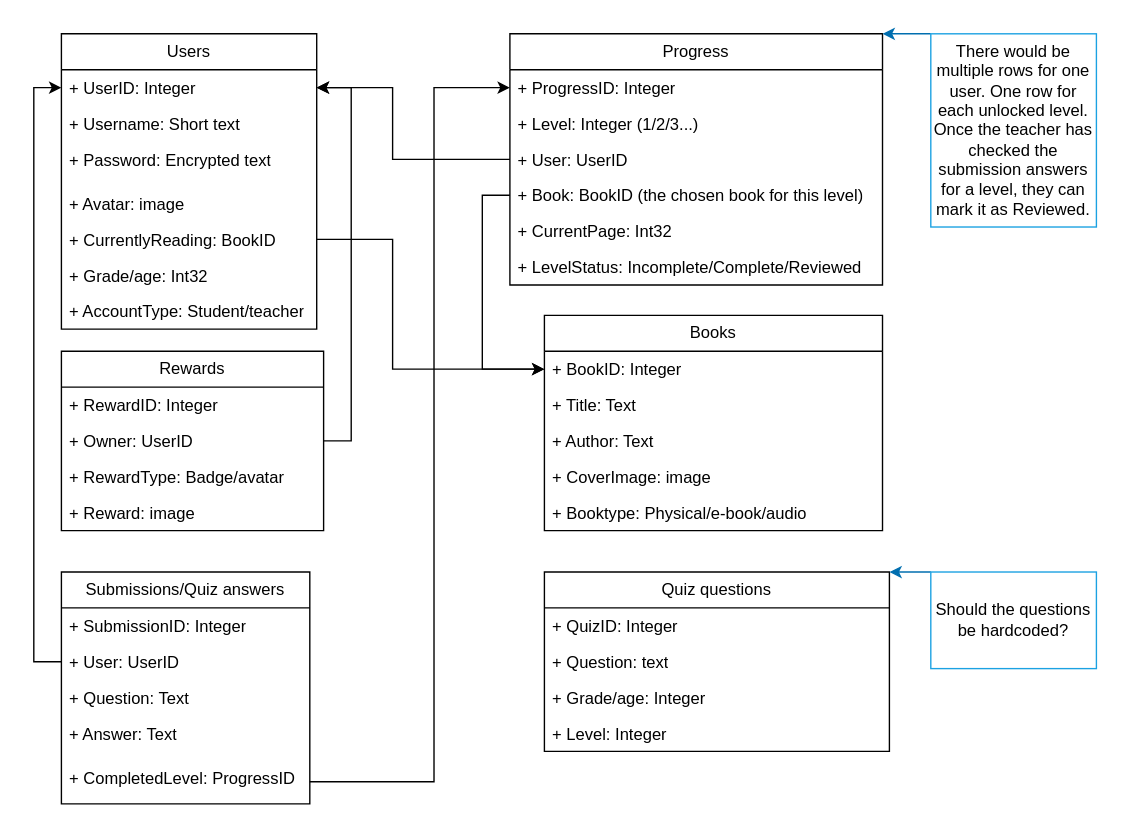
Before: Documentation/DB-structure.drawio in Osoito/ReadingDiplomaWebGame_Capstone1, a draw.io diagram. Source tidied: cells renumbered, new cells numbered last; positions are measured from the earlier drawing's top-left corner, leaving out a move shared by most shapes. Both pictures are drawn from the tidied source at 138%, with x=0, y=0 at pixel (61, 33).
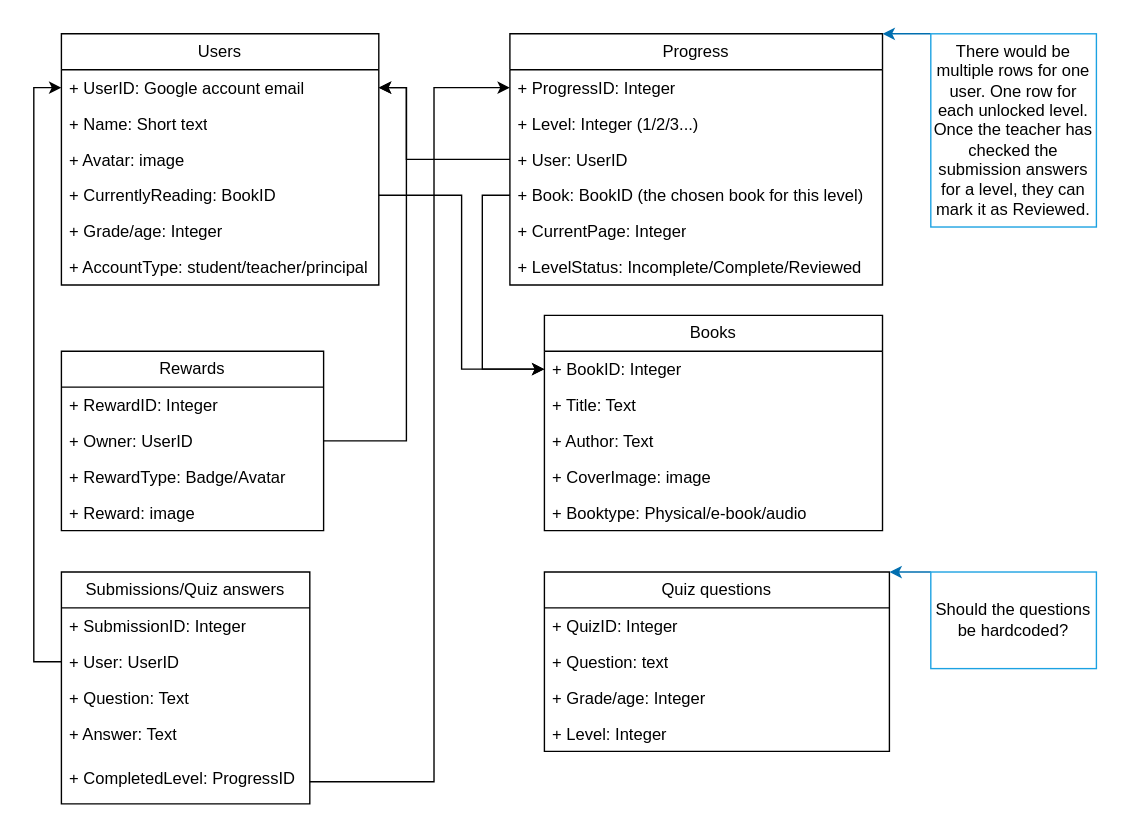
Above is the later version.

The change refers to these unchanged cells:
```xml
<mxCell id="12" value="+ User: UserID" style="text;strokeColor=none;fillColor=none;align=left;verticalAlign=top;spacingLeft=4;spacingRight=4;overflow=hidden;points=[[0,0.5],[1,0.5]];portConstraint=eastwest;whiteSpace=wrap;html=1;" parent="10" vertex="1">
  <mxGeometry y="52" width="180" height="26" as="geometry" />
</mxCell>
<mxCell id="17" value="+ BookID: Integer" style="text;strokeColor=none;fillColor=none;align=left;verticalAlign=top;spacingLeft=4;spacingRight=4;overflow=hidden;points=[[0,0.5],[1,0.5]];portConstraint=eastwest;whiteSpace=wrap;html=1;" parent="16" vertex="1">
  <mxGeometry y="26" width="245" height="26" as="geometry" />
</mxCell>
<mxCell id="22" value="Progress" style="swimlane;fontStyle=0;horizontal=1;startSize=26;fillColor=none;whiteSpace=wrap;html=1;" parent="1" vertex="1">
  <mxGeometry x="325" width="270" height="182" as="geometry" />
</mxCell>
<mxCell id="25" value="+ User: UserID" style="text;strokeColor=none;fillColor=none;align=left;verticalAlign=top;spacingLeft=4;spacingRight=4;overflow=hidden;points=[[0,0.5],[1,0.5]];portConstraint=eastwest;whiteSpace=wrap;html=1;" parent="22" vertex="1">
  <mxGeometry y="78" width="270" height="26" as="geometry" />
</mxCell>
<mxCell id="36" value="Rewards" style="swimlane;fontStyle=0;horizontal=1;startSize=26;fillColor=none;whiteSpace=wrap;html=1;" parent="1" vertex="1">
  <mxGeometry y="230" width="190" height="130" as="geometry" />
</mxCell>
<mxCell id="38" value="+ Owner: UserID" style="text;strokeColor=none;fillColor=none;align=left;verticalAlign=top;spacingLeft=4;spacingRight=4;overflow=hidden;points=[[0,0.5],[1,0.5]];portConstraint=eastwest;whiteSpace=wrap;html=1;" parent="36" vertex="1">
  <mxGeometry y="52" width="190" height="26" as="geometry" />
</mxCell>
```

The edit, as a diff of the source:
```diff
@@
     <mxCell id="2" value="Users" style="swimlane;fontStyle=0;horizontal=1;startSize=26;fillColor=none;whiteSpace=wrap;html=1;" parent="1" vertex="1">
-      <mxGeometry width="185" height="214" as="geometry" />
+      <mxGeometry width="230" height="182" as="geometry" />
     </mxCell>
-    <mxCell id="3" value="+ UserID: Integer" style="text;strokeColor=none;fillColor=none;align=left;verticalAlign=top;spacingLeft=4;spacingRight=4;overflow=hidden;points=[[0,0.5],[1,0.5]];portConstraint=eastwest;whiteSpace=wrap;html=1;" parent="2" vertex="1">
-      <mxGeometry y="26" width="185" height="26" as="geometry" />
-    </mxCell>
-    <mxCell id="4" value="+ Username: Short text" style="text;strokeColor=none;fillColor=none;align=left;verticalAlign=top;spacingLeft=4;spacingRight=4;overflow=hidden;whiteSpace=wrap;html=1;" parent="2" vertex="1">
-      <mxGeometry y="52" width="185" height="26" as="geometry" />
-    </mxCell>
-    <mxCell id="5" value="+ Password: Encrypted text" style="text;strokeColor=none;fillColor=none;align=left;verticalAlign=top;spacingLeft=4;spacingRight=4;overflow=hidden;whiteSpace=wrap;html=1;" parent="2" vertex="1">
-      <mxGeometry y="78" width="185" height="32" as="geometry" />
-    </mxCell>
+    <mxCell id="49" value="+ UserID: Google account email" style="text;strokeColor=none;fillColor=none;align=left;verticalAlign=top;spacingLeft=4;spacingRight=4;overflow=hidden;points=[[0,0.5],[1,0.5]];portConstraint=eastwest;whiteSpace=wrap;html=1;" parent="2" vertex="1">
+      <mxGeometry y="26" width="230" height="26" as="geometry" />
+    </mxCell>
+    <mxCell id="50" value="+ Name: Short text" style="text;strokeColor=none;fillColor=none;align=left;verticalAlign=top;spacingLeft=4;spacingRight=4;overflow=hidden;whiteSpace=wrap;html=1;" parent="2" vertex="1">
+      <mxGeometry y="52" width="230" height="26" as="geometry" />
+    </mxCell>
     <mxCell id="6" value="+ Avatar: image" style="text;strokeColor=none;fillColor=none;align=left;verticalAlign=top;spacingLeft=4;spacingRight=4;overflow=hidden;whiteSpace=wrap;html=1;" parent="2" vertex="1">
-      <mxGeometry y="110" width="185" height="26" as="geometry" />
+      <mxGeometry y="78" width="230" height="26" as="geometry" />
     </mxCell>
     <mxCell id="7" value="+ CurrentlyReading: BookID" style="text;strokeColor=none;fillColor=none;align=left;verticalAlign=top;spacingLeft=4;spacingRight=4;overflow=hidden;points=[[0,0.5],[1,0.5]];portConstraint=eastwest;whiteSpace=wrap;html=1;" parent="2" vertex="1">
-      <mxGeometry y="136" width="185" height="26" as="geometry" />
+      <mxGeometry y="104" width="230" height="26" as="geometry" />
     </mxCell>
-    <mxCell id="8" value="+ Grade/age: Int32" style="text;strokeColor=none;fillColor=none;align=left;verticalAlign=top;spacingLeft=4;spacingRight=4;overflow=hidden;whiteSpace=wrap;html=1;" parent="2" vertex="1">
-      <mxGeometry y="162" width="185" height="26" as="geometry" />
-    </mxCell>
-    <mxCell id="9" value="+ AccountType: Student/teacher" style="text;strokeColor=none;fillColor=none;align=left;verticalAlign=top;spacingLeft=4;spacingRight=4;overflow=hidden;whiteSpace=wrap;html=1;" parent="2" vertex="1">
-      <mxGeometry y="188" width="185" height="26" as="geometry" />
-    </mxCell>
+    <mxCell id="51" value="+ Grade/age: Integer" style="text;strokeColor=none;fillColor=none;align=left;verticalAlign=top;spacingLeft=4;spacingRight=4;overflow=hidden;whiteSpace=wrap;html=1;" parent="2" vertex="1">
+      <mxGeometry y="130" width="230" height="26" as="geometry" />
+    </mxCell>
+    <mxCell id="52" value="+ AccountType: student/teacher/principal" style="text;strokeColor=none;fillColor=none;align=left;verticalAlign=top;spacingLeft=4;spacingRight=4;overflow=hidden;whiteSpace=wrap;html=1;" parent="2" vertex="1">
+      <mxGeometry y="156" width="230" height="26" as="geometry" />
+    </mxCell>
@@
-    <mxCell id="27" value="+ CurrentPage: Int32" style="text;strokeColor=none;fillColor=none;align=left;verticalAlign=top;spacingLeft=4;spacingRight=4;overflow=hidden;whiteSpace=wrap;html=1;" parent="22" vertex="1">
-      <mxGeometry y="130" width="270" height="26" as="geometry" />
-    </mxCell>
+    <mxCell id="53" value="+ CurrentPage: Integer" style="text;strokeColor=none;fillColor=none;align=left;verticalAlign=top;spacingLeft=4;spacingRight=4;overflow=hidden;whiteSpace=wrap;html=1;" parent="22" vertex="1">
+      <mxGeometry y="130" width="270" height="26" as="geometry" />
+    </mxCell>
@@
-    <mxCell id="29" style="edgeStyle=orthogonalEdgeStyle;rounded=0;jettySize=auto;html=1;exitX=0;exitY=0.5;exitDx=0;exitDy=0;entryX=0;entryY=0.5;entryDx=0;entryDy=0;" parent="1" edge="1" source="12" target="3">
-      <mxGeometry relative="1" as="geometry" />
-    </mxCell>
-    <mxCell id="30" style="edgeStyle=orthogonalEdgeStyle;rounded=0;jettySize=auto;html=1;exitX=0;exitY=0.5;exitDx=0;exitDy=0;entryX=1;entryY=0.5;entryDx=0;entryDy=0;" parent="1" edge="1" source="25" target="3">
-      <mxGeometry relative="1" as="geometry">
-        <Array as="points">
-          <mxPoint x="240" y="91" />
-          <mxPoint x="240" y="39" />
-        </Array>
-      </mxGeometry>
-    </mxCell>
+    <mxCell id="54" style="edgeStyle=orthogonalEdgeStyle;rounded=0;jettySize=auto;html=1;exitX=0;exitY=0.5;exitDx=0;exitDy=0;entryX=0;entryY=0.5;entryDx=0;entryDy=0;" parent="1" edge="1" source="12" target="49">
+      <mxGeometry relative="1" as="geometry" />
+    </mxCell>
+    <mxCell id="55" style="edgeStyle=orthogonalEdgeStyle;rounded=0;jettySize=auto;html=1;exitX=0;exitY=0.5;exitDx=0;exitDy=0;entryX=1;entryY=0.5;entryDx=0;entryDy=0;" parent="1" edge="1" source="25" target="49">
+      <mxGeometry relative="1" as="geometry">
+        <Array as="points">
+          <mxPoint x="250" y="91" />
+          <mxPoint x="250" y="39" />
+        </Array>
+      </mxGeometry>
+    </mxCell>
     <mxCell id="31" style="edgeStyle=orthogonalEdgeStyle;rounded=0;jettySize=auto;html=1;exitX=1;exitY=0.5;exitDx=0;exitDy=0;entryX=0;entryY=0.5;entryDx=0;entryDy=0;" parent="1" edge="1" source="7" target="17">
-      <mxGeometry relative="1" as="geometry">
-        <Array as="points">
-          <mxPoint x="240" y="149" />
-          <mxPoint x="240" y="243" />
-        </Array>
-      </mxGeometry>
+      <mxGeometry relative="1" as="geometry" />
     </mxCell>
@@
-    <mxCell id="39" value="+ RewardType: Badge/avatar" style="text;strokeColor=none;fillColor=none;align=left;verticalAlign=top;spacingLeft=4;spacingRight=4;overflow=hidden;whiteSpace=wrap;html=1;" parent="36" vertex="1">
-      <mxGeometry y="78" width="190" height="26" as="geometry" />
-    </mxCell>
+    <mxCell id="56" value="+ RewardType: Badge/Avatar" style="text;strokeColor=none;fillColor=none;align=left;verticalAlign=top;spacingLeft=4;spacingRight=4;overflow=hidden;whiteSpace=wrap;html=1;" parent="36" vertex="1">
+      <mxGeometry y="78" width="190" height="26" as="geometry" />
+    </mxCell>
@@
-    <mxCell id="41" style="edgeStyle=orthogonalEdgeStyle;rounded=0;jettySize=auto;html=1;exitX=1;exitY=0.5;exitDx=0;exitDy=0;entryX=1;entryY=0.5;entryDx=0;entryDy=0;" parent="1" edge="1" source="38" target="3">
-      <mxGeometry relative="1" as="geometry" />
-    </mxCell>
+    <mxCell id="57" style="edgeStyle=orthogonalEdgeStyle;rounded=0;jettySize=auto;html=1;exitX=1;exitY=0.5;exitDx=0;exitDy=0;entryX=1;entryY=0.5;entryDx=0;entryDy=0;" parent="1" edge="1" source="38" target="49">
+      <mxGeometry relative="1" as="geometry">
+        <Array as="points">
+          <mxPoint x="250" y="295" />
+          <mxPoint x="250" y="39" />
+        </Array>
+      </mxGeometry>
+    </mxCell>
```
